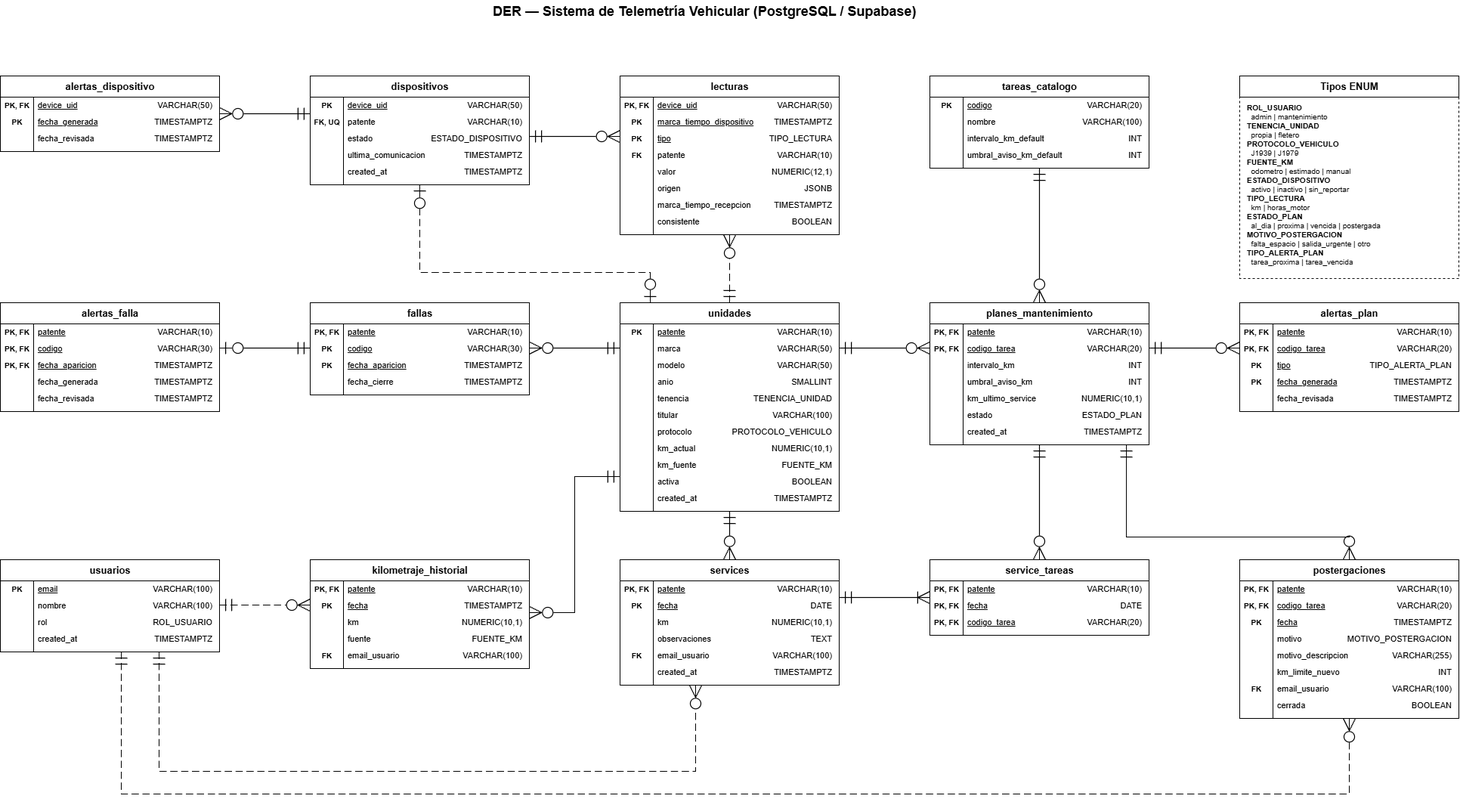
MatiasEzequielVazquez/tup-tfi-telemetria keeps this draw.io diagram as docs/diagramas/07-diagrama-entidad-relacion.png. Above is the earlier version. Source tidied: cells renumbered, new cells last; positions are measured from the earlier drawing's top-left corner, leaving out a move shared by most shapes.
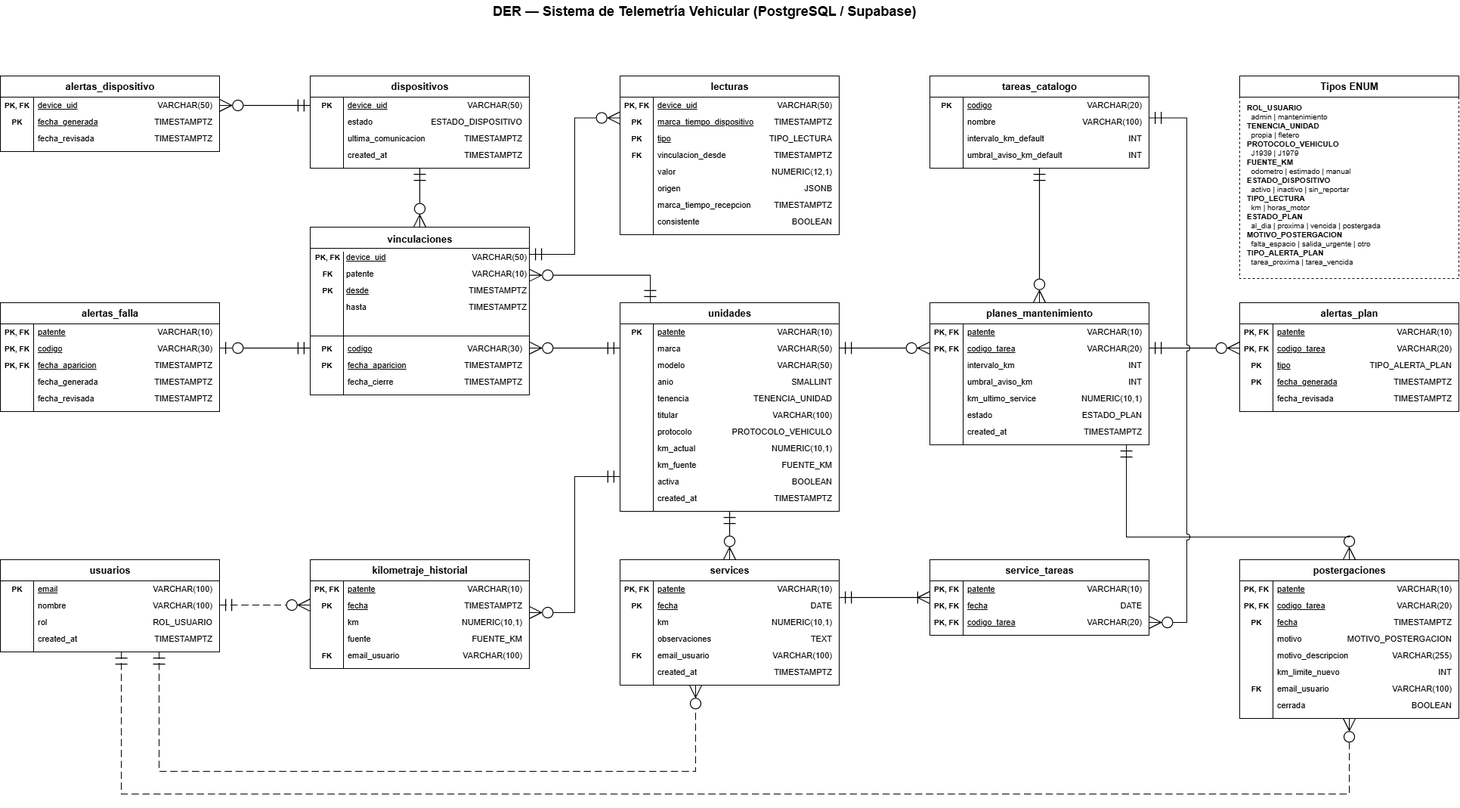
Above is the later version.

Commit message:
docs: Entrega 2: correcciones de relaciones entre dispositivos, unidades y mantenimiento (se agrega vinculaciones temporales)

The edit, as a diff of the source:
```diff
@@ -42,7 +42,7 @@
       <mxGeometry x="44" y="28" width="1" height="72" as="geometry" />
     </mxCell>
     <mxCell id="15" style="rounded=0;html=1;fillColor=#FFFFFF;strokeColor=#000000;" parent="1" vertex="1">
-      <mxGeometry x="410" y="100" width="290" height="144" as="geometry" />
+      <mxGeometry x="410" y="100" width="290" height="122" as="geometry" />
     </mxCell>
     <mxCell id="16" value="dispositivos" style="text;html=1;fillColor=none;strokeColor=#000000;fontStyle=1;fontSize=13;fontFamily=Helvetica;align=center;verticalAlign=middle;fontColor=#000000;" parent="15" vertex="1">
       <mxGeometry width="290" height="28" as="geometry" />
@@ -56,44 +56,35 @@
     <mxCell id="19" value="VARCHAR(50)" style="text;html=1;fontSize=11;fontFamily=Helvetica;align=right;verticalAlign=middle;spacingRight=8;fontColor=#000000;" parent="15" vertex="1">
       <mxGeometry x="44" y="28" width="246" height="22" as="geometry" />
     </mxCell>
-    <mxCell id="20" value="FK, UQ" style="text;html=1;fontSize=10;fontStyle=1;fontFamily=Helvetica;align=center;verticalAlign=middle;fontColor=#000000;" parent="15" vertex="1">
+    <mxCell id="20" style="text;html=1;fontSize=10;fontStyle=1;fontFamily=Helvetica;align=center;verticalAlign=middle;fontColor=#000000;" parent="15" vertex="1">
       <mxGeometry y="50" width="44" height="22" as="geometry" />
     </mxCell>
-    <mxCell id="21" value="patente" style="text;html=1;fontSize=11;fontFamily=Helvetica;align=left;verticalAlign=middle;spacingLeft=4;fontColor=#000000;" parent="15" vertex="1">
+    <mxCell id="21" value="estado" style="text;html=1;fontSize=11;fontFamily=Helvetica;align=left;verticalAlign=middle;spacingLeft=4;fontColor=#000000;" parent="15" vertex="1">
       <mxGeometry x="44" y="50" width="238" height="22" as="geometry" />
     </mxCell>
-    <mxCell id="22" value="VARCHAR(10)" style="text;html=1;fontSize=11;fontFamily=Helvetica;align=right;verticalAlign=middle;spacingRight=8;fontColor=#000000;" parent="15" vertex="1">
+    <mxCell id="22" value="ESTADO_DISPOSITIVO" style="text;html=1;fontSize=11;fontFamily=Helvetica;align=right;verticalAlign=middle;spacingRight=8;fontColor=#000000;" parent="15" vertex="1">
       <mxGeometry x="44" y="50" width="246" height="22" as="geometry" />
     </mxCell>
     <mxCell id="23" style="text;html=1;fontSize=10;fontStyle=1;fontFamily=Helvetica;align=center;verticalAlign=middle;fontColor=#000000;" parent="15" vertex="1">
       <mxGeometry y="72" width="44" height="22" as="geometry" />
     </mxCell>
-    <mxCell id="24" value="estado" style="text;html=1;fontSize=11;fontFamily=Helvetica;align=left;verticalAlign=middle;spacingLeft=4;fontColor=#000000;" parent="15" vertex="1">
+    <mxCell id="24" value="ultima_comunicacion" style="text;html=1;fontSize=11;fontFamily=Helvetica;align=left;verticalAlign=middle;spacingLeft=4;fontColor=#000000;" parent="15" vertex="1">
       <mxGeometry x="44" y="72" width="238" height="22" as="geometry" />
     </mxCell>
-    <mxCell id="25" value="ESTADO_DISPOSITIVO" style="text;html=1;fontSize=11;fontFamily=Helvetica;align=right;verticalAlign=middle;spacingRight=8;fontColor=#000000;" parent="15" vertex="1">
+    <mxCell id="25" value="TIMESTAMPTZ" style="text;html=1;fontSize=11;fontFamily=Helvetica;align=right;verticalAlign=middle;spacingRight=8;fontColor=#000000;" parent="15" vertex="1">
       <mxGeometry x="44" y="72" width="246" height="22" as="geometry" />
     </mxCell>
     <mxCell id="26" style="text;html=1;fontSize=10;fontStyle=1;fontFamily=Helvetica;align=center;verticalAlign=middle;fontColor=#000000;" parent="15" vertex="1">
       <mxGeometry y="94" width="44" height="22" as="geometry" />
     </mxCell>
-    <mxCell id="27" value="ultima_comunicacion" style="text;html=1;fontSize=11;fontFamily=Helvetica;align=left;verticalAlign=middle;spacingLeft=4;fontColor=#000000;" parent="15" vertex="1">
+    <mxCell id="27" value="created_at" style="text;html=1;fontSize=11;fontFamily=Helvetica;align=left;verticalAlign=middle;spacingLeft=4;fontColor=#000000;" parent="15" vertex="1">
       <mxGeometry x="44" y="94" width="238" height="22" as="geometry" />
     </mxCell>
     <mxCell id="28" value="TIMESTAMPTZ" style="text;html=1;fontSize=11;fontFamily=Helvetica;align=right;verticalAlign=middle;spacingRight=8;fontColor=#000000;" parent="15" vertex="1">
       <mxGeometry x="44" y="94" width="246" height="22" as="geometry" />
     </mxCell>
-    <mxCell id="29" style="text;html=1;fontSize=10;fontStyle=1;fontFamily=Helvetica;align=center;verticalAlign=middle;fontColor=#000000;" parent="15" vertex="1">
-      <mxGeometry y="116" width="44" height="22" as="geometry" />
-    </mxCell>
-    <mxCell id="30" value="created_at" style="text;html=1;fontSize=11;fontFamily=Helvetica;align=left;verticalAlign=middle;spacingLeft=4;fontColor=#000000;" parent="15" vertex="1">
-      <mxGeometry x="44" y="116" width="238" height="22" as="geometry" />
-    </mxCell>
-    <mxCell id="31" value="TIMESTAMPTZ" style="text;html=1;fontSize=11;fontFamily=Helvetica;align=right;verticalAlign=middle;spacingRight=8;fontColor=#000000;" parent="15" vertex="1">
-      <mxGeometry x="44" y="116" width="246" height="22" as="geometry" />
-    </mxCell>
     <mxCell id="32" style="rounded=0;html=1;fillColor=#000000;strokeColor=none;" parent="15" vertex="1">
-      <mxGeometry x="44" y="28" width="1" height="116" as="geometry" />
+      <mxGeometry x="44" y="28" width="1" height="94" as="geometry" />
     </mxCell>
     <mxCell id="33" style="rounded=0;html=1;fillColor=#FFFFFF;strokeColor=#000000;" parent="1" vertex="1">
       <mxGeometry x="820" y="100" width="290" height="210" as="geometry" />
@@ -131,10 +122,10 @@
     <mxCell id="44" value="FK" style="text;html=1;fontSize=10;fontStyle=1;fontFamily=Helvetica;align=center;verticalAlign=middle;fontColor=#000000;" parent="33" vertex="1">
       <mxGeometry y="94" width="44" height="22" as="geometry" />
     </mxCell>
-    <mxCell id="45" value="patente" style="text;html=1;fontSize=11;fontFamily=Helvetica;align=left;verticalAlign=middle;spacingLeft=4;fontColor=#000000;" parent="33" vertex="1">
+    <mxCell id="45" value="vinculacion_desde" style="text;html=1;fontSize=11;fontFamily=Helvetica;align=left;verticalAlign=middle;spacingLeft=4;fontColor=#000000;" parent="33" vertex="1">
       <mxGeometry x="44" y="94" width="238" height="22" as="geometry" />
     </mxCell>
-    <mxCell id="46" value="VARCHAR(10)" style="text;html=1;fontSize=11;fontFamily=Helvetica;align=right;verticalAlign=middle;spacingRight=8;fontColor=#000000;" parent="33" vertex="1">
+    <mxCell id="46" value="TIMESTAMPTZ" style="text;html=1;fontSize=11;fontFamily=Helvetica;align=right;verticalAlign=middle;spacingRight=8;fontColor=#000000;" parent="33" vertex="1">
       <mxGeometry x="44" y="94" width="246" height="22" as="geometry" />
     </mxCell>
     <mxCell id="47" style="text;html=1;fontSize=10;fontStyle=1;fontFamily=Helvetica;align=center;verticalAlign=middle;fontColor=#000000;" parent="33" vertex="1">
@@ -842,23 +833,9 @@
     <mxCell id="281" value="&lt;b&gt;ROL_USUARIO&lt;/b&gt;&lt;br&gt;&amp;nbsp;&amp;nbsp;admin | mantenimiento&lt;br&gt;&lt;b&gt;TENENCIA_UNIDAD&lt;/b&gt;&lt;br&gt;&amp;nbsp;&amp;nbsp;propia | fletero&lt;br&gt;&lt;b&gt;PROTOCOLO_VEHICULO&lt;/b&gt;&lt;br&gt;&amp;nbsp;&amp;nbsp;J1939 | J1979&lt;br&gt;&lt;b&gt;FUENTE_KM&lt;/b&gt;&lt;br&gt;&amp;nbsp;&amp;nbsp;odometro | estimado | manual&lt;br&gt;&lt;b&gt;ESTADO_DISPOSITIVO&lt;/b&gt;&lt;br&gt;&amp;nbsp;&amp;nbsp;activo | inactivo | sin_reportar&lt;br&gt;&lt;b&gt;TIPO_LECTURA&lt;/b&gt;&lt;br&gt;&amp;nbsp;&amp;nbsp;km | horas_motor&lt;br&gt;&lt;b&gt;ESTADO_PLAN&lt;/b&gt;&lt;br&gt;&amp;nbsp;&amp;nbsp;al_dia | proxima | vencida | postergada&lt;br&gt;&lt;b&gt;MOTIVO_POSTERGACION&lt;/b&gt;&lt;br&gt;&amp;nbsp;&amp;nbsp;falta_espacio | salida_urgente | otro&lt;br&gt;&lt;b&gt;TIPO_ALERTA_PLAN&lt;/b&gt;&lt;br&gt;&amp;nbsp;&amp;nbsp;tarea_proxima | tarea_vencida" style="text;html=1;whiteSpace=wrap;fontSize=10;fontFamily=Helvetica;align=left;verticalAlign=top;spacingLeft=8;spacingTop=2;" parent="279" vertex="1">
       <mxGeometry y="28" width="290" height="240" as="geometry" />
     </mxCell>
-    <mxCell id="282" style="edgeStyle=orthogonalEdgeStyle;rounded=0;html=1;strokeColor=#000000;strokeWidth=1.2;startArrow=ERmandOne;endArrow=ERzeroToMany;startFill=0;endFill=0;startSize=14;endSize=14;exitX=1.0000;exitY=0.5556;exitDx=0;exitDy=0;entryX=0.0000;entryY=0.3810;entryDx=0;entryDy=0;jumpStyle=arc;jumpSize=8;" parent="1" edge="1" source="15" target="33">
-      <mxGeometry relative="1" as="geometry" />
-    </mxCell>
-    <mxCell id="283" style="edgeStyle=orthogonalEdgeStyle;rounded=0;html=1;strokeColor=#000000;strokeWidth=1.2;startArrow=ERmandOne;endArrow=ERzeroToMany;startFill=0;endFill=0;startSize=14;endSize=14;exitX=0.0000;exitY=0.3472;exitDx=0;exitDy=0;entryX=1.0000;entryY=0.5000;entryDx=0;entryDy=0;jumpStyle=arc;jumpSize=8;" parent="1" edge="1" source="15" target="3">
+    <mxCell id="283" style="edgeStyle=orthogonalEdgeStyle;rounded=0;html=1;strokeColor=#000000;strokeWidth=1.2;startArrow=ERmandOne;endArrow=ERzeroToMany;startFill=0;endFill=0;startSize=14;endSize=14;exitX=0;exitY=0.5;exitDx=0;exitDy=0;entryX=1;entryY=0.5;entryDx=0;entryDy=0;jumpStyle=arc;jumpSize=8;" parent="1" edge="1" source="17" target="7">
       <mxGeometry relative="1" as="geometry" />
     </mxCell>
-    <mxCell id="284" style="edgeStyle=orthogonalEdgeStyle;rounded=0;html=1;dashed=1;dashPattern=8 4;strokeColor=#000000;strokeWidth=1.2;startArrow=ERzeroToOne;endArrow=ERzeroToOne;startFill=0;endFill=0;startSize=14;endSize=14;exitX=0.1379;exitY=0.0000;exitDx=0;exitDy=0;entryX=0.5000;entryY=1.0000;entryDx=0;entryDy=0;jumpStyle=arc;jumpSize=8;" parent="1" edge="1" source="108" target="15">
-      <mxGeometry relative="1" as="geometry">
-        <Array as="points">
-          <mxPoint x="860" y="360" />
-          <mxPoint x="555" y="360" />
-        </Array>
-      </mxGeometry>
-    </mxCell>
-    <mxCell id="285" style="edgeStyle=orthogonalEdgeStyle;rounded=0;html=1;dashed=1;dashPattern=8 4;strokeColor=#000000;strokeWidth=1.2;startArrow=ERmandOne;endArrow=ERzeroToMany;startFill=0;endFill=0;startSize=14;endSize=14;exitX=0.5000;exitY=0.0000;exitDx=0;exitDy=0;entryX=0.5000;entryY=1.0000;entryDx=0;entryDy=0;jumpStyle=arc;jumpSize=8;" parent="1" edge="1" source="108" target="33">
-      <mxGeometry relative="1" as="geometry" />
-    </mxCell>
     <mxCell id="286" style="edgeStyle=orthogonalEdgeStyle;rounded=0;html=1;strokeColor=#000000;strokeWidth=1.2;startArrow=ERmandOne;endArrow=ERzeroToMany;startFill=0;endFill=0;startSize=14;endSize=14;exitX=0.0000;exitY=0.2174;exitDx=0;exitDy=0;entryX=1.0000;entryY=0.4918;entryDx=0;entryDy=0;jumpStyle=arc;jumpSize=8;" parent="1" edge="1" source="108" target="93">
       <mxGeometry relative="1" as="geometry" />
     </mxCell>
@@ -885,9 +862,6 @@
     <mxCell id="292" style="edgeStyle=orthogonalEdgeStyle;rounded=0;html=1;strokeColor=#000000;strokeWidth=1.2;startArrow=ERmandOne;endArrow=ERzeroToMany;startFill=0;endFill=0;startSize=14;endSize=14;exitX=0.5000;exitY=1.0000;exitDx=0;exitDy=0;entryX=0.5000;entryY=0.0000;entryDx=0;entryDy=0;jumpStyle=arc;jumpSize=8;" parent="1" edge="1" source="108" target="219">
       <mxGeometry relative="1" as="geometry" />
     </mxCell>
-    <mxCell id="293" style="edgeStyle=orthogonalEdgeStyle;rounded=0;html=1;strokeColor=#000000;strokeWidth=1.2;startArrow=ERmandOne;endArrow=ERzeroToMany;startFill=0;endFill=0;startSize=14;endSize=14;exitX=0.5000;exitY=1.0000;exitDx=0;exitDy=0;entryX=0.5000;entryY=0.0000;entryDx=0;entryDy=0;jumpStyle=arc;jumpSize=8;" parent="1" edge="1" source="144" target="240">
-      <mxGeometry relative="1" as="geometry" />
-    </mxCell>
     <mxCell id="294" style="edgeStyle=orthogonalEdgeStyle;rounded=0;html=1;strokeColor=#000000;strokeWidth=1.2;startArrow=ERmandOne;endArrow=ERoneToMany;startFill=0;endFill=0;startSize=14;endSize=14;exitX=1.0000;exitY=0.3012;exitDx=0;exitDy=0;entryX=0.0000;entryY=0.5000;entryDx=0;entryDy=0;jumpStyle=arc;jumpSize=8;" parent="1" edge="1" source="219" target="240">
       <mxGeometry relative="1" as="geometry" />
     </mxCell>
@@ -918,5 +892,67 @@
         </Array>
       </mxGeometry>
     </mxCell>
+    <mxCell id="299" style="rounded=0;html=1;fillColor=#FFFFFF;strokeColor=#000000;" parent="1" vertex="1">
+      <mxGeometry x="410" y="300" width="290" height="144" as="geometry" />
+    </mxCell>
+    <mxCell id="300" value="vinculaciones" style="text;html=1;fillColor=none;strokeColor=#000000;fontStyle=1;fontSize=13;fontFamily=Helvetica;align=center;verticalAlign=middle;spacingTop=4;" parent="299" vertex="1">
+      <mxGeometry width="290" height="28" as="geometry" />
+    </mxCell>
+    <mxCell id="301" value="PK, FK" style="text;html=1;fontSize=10;fontStyle=1;fontFamily=Helvetica;align=center;verticalAlign=middle;spacingTop=2;" parent="299" vertex="1">
+      <mxGeometry x="1" y="28" width="44" height="22" as="geometry" />
+    </mxCell>
+    <mxCell id="302" value="&lt;u&gt;device_uid&lt;/u&gt;" style="text;html=1;fontSize=11;fontFamily=Helvetica;align=left;verticalAlign=middle;spacingLeft=2;spacingTop=2;" parent="299" vertex="1">
+      <mxGeometry x="44" y="28" width="238" height="22" as="geometry" />
+    </mxCell>
+    <mxCell id="303" value="VARCHAR(50)" style="text;html=1;fontSize=11;fontFamily=Helvetica;align=right;verticalAlign=middle;spacingRight=2;spacingTop=2;" parent="299" vertex="1">
+      <mxGeometry x="44" y="28" width="246" height="22" as="geometry" />
+    </mxCell>
+    <mxCell id="304" value="FK" style="text;html=1;fontSize=10;fontStyle=1;fontFamily=Helvetica;align=center;verticalAlign=middle;spacingTop=2;" parent="299" vertex="1">
+      <mxGeometry x="1" y="50" width="44" height="22" as="geometry" />
+    </mxCell>
+    <mxCell id="305" value="patente" style="text;html=1;fontSize=11;fontFamily=Helvetica;align=left;verticalAlign=middle;spacingLeft=2;spacingTop=2;" parent="299" vertex="1">
+      <mxGeometry x="44" y="50" width="238" height="22" as="geometry" />
+    </mxCell>
+    <mxCell id="306" value="VARCHAR(10)" style="text;html=1;fontSize=11;fontFamily=Helvetica;align=right;verticalAlign=middle;spacingRight=2;spacingTop=2;" parent="299" vertex="1">
+      <mxGeometry x="44" y="50" width="246" height="22" as="geometry" />
+    </mxCell>
+    <mxCell id="307" value="PK" style="text;html=1;fontSize=10;fontStyle=1;fontFamily=Helvetica;align=center;verticalAlign=middle;spacingTop=2;" parent="299" vertex="1">
+      <mxGeometry x="1" y="72" width="44" height="22" as="geometry" />
+    </mxCell>
+    <mxCell id="308" value="&lt;u&gt;desde&lt;/u&gt;" style="text;html=1;fontSize=11;fontFamily=Helvetica;align=left;verticalAlign=middle;spacingLeft=2;spacingTop=2;" parent="299" vertex="1">
+      <mxGeometry x="44" y="72" width="238" height="22" as="geometry" />
+    </mxCell>
+    <mxCell id="309" value="TIMESTAMPTZ" style="text;html=1;fontSize=11;fontFamily=Helvetica;align=right;verticalAlign=middle;spacingRight=2;spacingTop=2;" parent="299" vertex="1">
+      <mxGeometry x="44" y="72" width="246" height="22" as="geometry" />
+    </mxCell>
+    <mxCell id="310" style="text;html=1;fontSize=10;fontStyle=1;fontFamily=Helvetica;align=center;verticalAlign=middle;spacingTop=2;" parent="299" vertex="1">
+      <mxGeometry x="1" y="94" width="44" height="22" as="geometry" />
+    </mxCell>
+    <mxCell id="311" value="hasta" style="text;html=1;fontSize=11;fontFamily=Helvetica;align=left;verticalAlign=middle;spacingLeft=2;spacingTop=2;" parent="299" vertex="1">
+      <mxGeometry x="44" y="94" width="238" height="22" as="geometry" />
+    </mxCell>
+    <mxCell id="312" value="TIMESTAMPTZ" style="text;html=1;fontSize=11;fontFamily=Helvetica;align=right;verticalAlign=middle;spacingRight=2;spacingTop=2;" parent="299" vertex="1">
+      <mxGeometry x="44" y="94" width="246" height="22" as="geometry" />
+    </mxCell>
+    <mxCell id="313" style="rounded=0;html=1;fillColor=#000000;strokeColor=none;" parent="299" vertex="1">
+      <mxGeometry x="44" y="33" width="1" height="111" as="geometry" />
+    </mxCell>
+    <mxCell id="314" style="edgeStyle=orthogonalEdgeStyle;rounded=0;html=1;strokeColor=#000000;strokeWidth=1.2;startFill=0;endFill=0;startSize=14;endSize=14;jumpStyle=arc;jumpSize=8;startArrow=ERmandOne;endArrow=ERzeroToMany;exitX=0.5;exitY=1;exitDx=0;exitDy=0;entryX=0.5;entryY=0;" parent="1" edge="1" source="15" target="299">
+      <mxGeometry relative="1" as="geometry" />
+    </mxCell>
+    <mxCell id="315" style="edgeStyle=orthogonalEdgeStyle;rounded=0;html=1;strokeColor=#000000;strokeWidth=1.2;startFill=0;endFill=0;startSize=14;endSize=14;jumpStyle=arc;jumpSize=8;startArrow=ERmandOne;endArrow=ERzeroToMany;exitX=0.1379;exitY=0;exitDx=0;exitDy=0;entryX=1;entryY=0.442;entryDx=0;entryDy=0;entryPerimeter=0;" parent="1" edge="1" source="108" target="299">
+      <mxGeometry x="0.13" relative="1" as="geometry" />
+    </mxCell>
+    <mxCell id="316" style="edgeStyle=orthogonalEdgeStyle;rounded=0;html=1;strokeColor=#000000;strokeWidth=1.2;startFill=0;endFill=0;startSize=14;endSize=14;jumpStyle=arc;jumpSize=8;startArrow=ERmandOne;endArrow=ERzeroToMany;exitX=1;exitY=0.25;exitDx=0;exitDy=0;entryX=0;entryY=0.25;entryDx=0;entryDy=0;" parent="1" edge="1" source="299" target="38">
+      <mxGeometry x="-0.28" relative="1" as="geometry" />
+    </mxCell>
+    <mxCell id="317" style="edgeStyle=orthogonalEdgeStyle;rounded=0;html=1;strokeColor=#000000;strokeWidth=1.2;startFill=0;endFill=0;startSize=14;endSize=14;jumpStyle=arc;jumpSize=8;startArrow=ERzeroToMany;endArrow=ERmandOne;exitX=1;exitY=0.5;exitDx=0;exitDy=0;entryX=1;entryY=0.25;entryDx=0;entryDy=0;" parent="1" edge="1" source="250" target="67">
+      <mxGeometry relative="1" as="geometry">
+        <Array as="points">
+          <mxPoint x="1570" y="823" />
+          <mxPoint x="1570" y="155.5" />
+        </Array>
+      </mxGeometry>
+    </mxCell>
   </root>
 </mxGraphModel>
```
